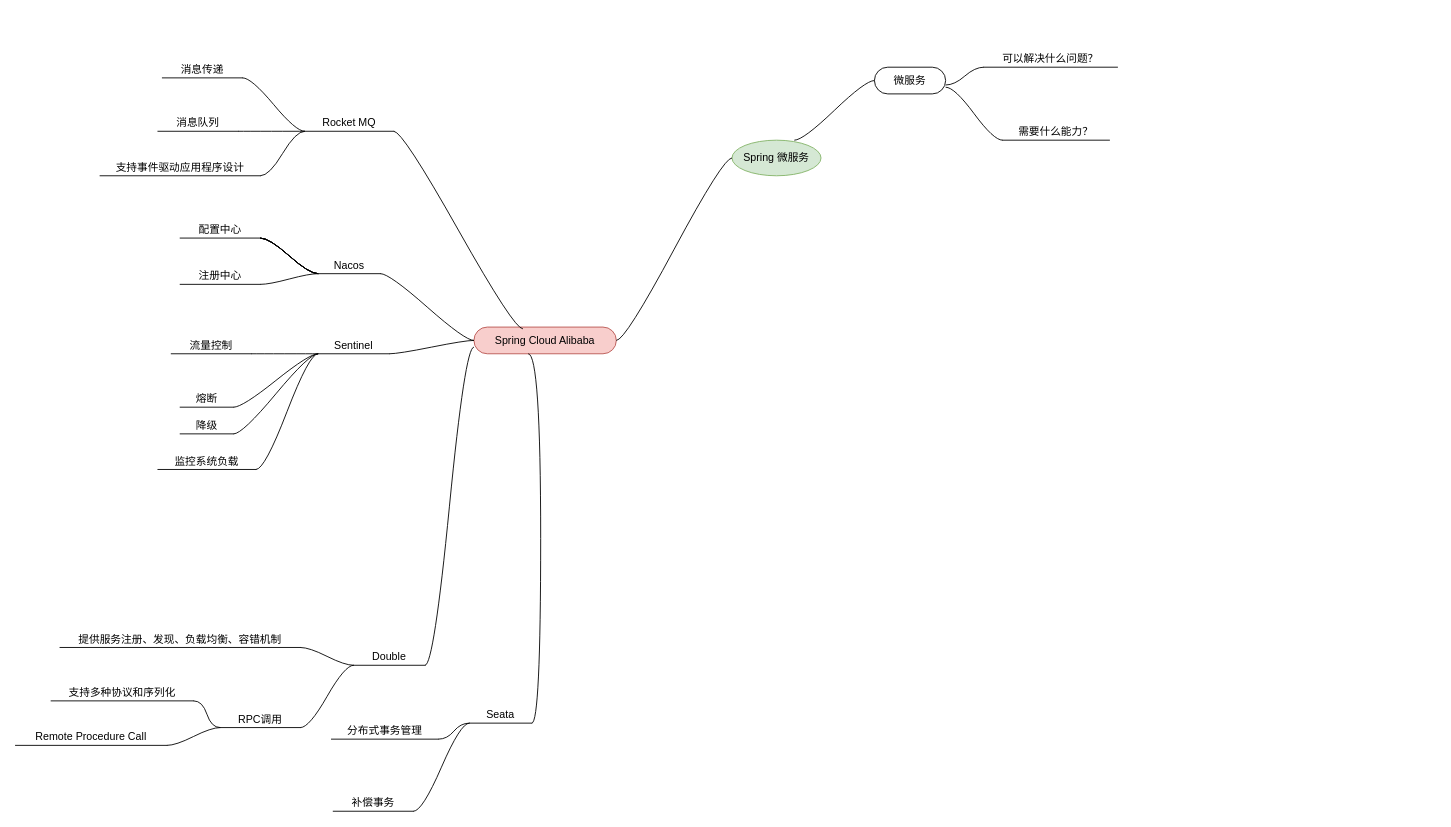
XiongZen/QJReconstitution keeps this draw.io diagram as Spring-生态微服务体系.drawio. Above is the earlier version. Source tidied: cells renumbered, new cells numbered last; positions are measured from the earlier drawing's top-left corner, leaving out a move shared by most shapes. Both pictures are drawn from the tidied source at 89%, with x=0, y=0 at pixel (15, 40).
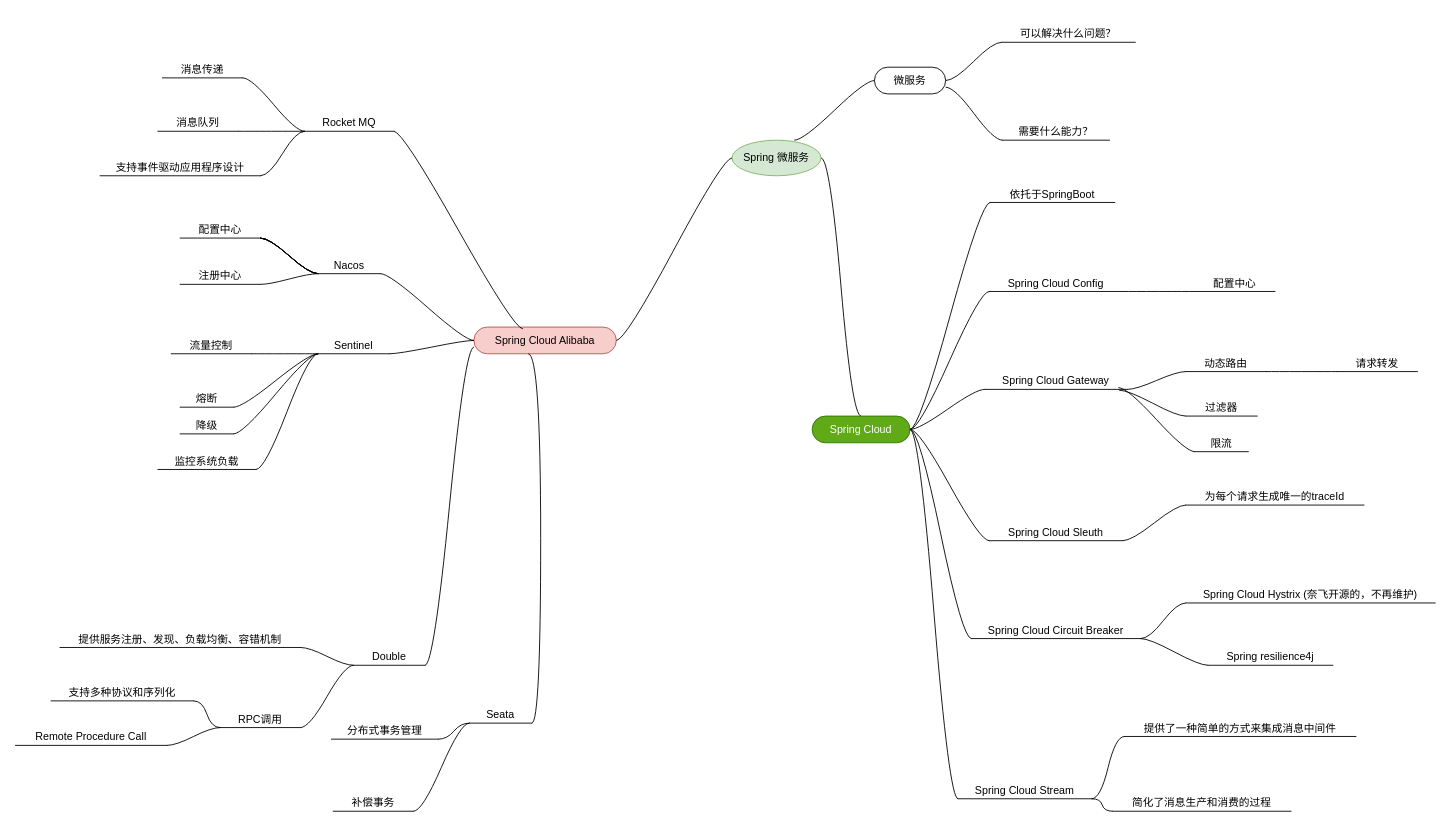
After the change.

Commit message (it also covers changes not shown here):
Update Spring-生态微服务体系.drawio

The change refers to these unchanged cells:
```xml
<mxCell id="2" value="Spring 微服务" style="ellipse;whiteSpace=wrap;html=1;align=center;newEdgeStyle={&quot;edgeStyle&quot;:&quot;entityRelationEdgeStyle&quot;,&quot;startArrow&quot;:&quot;none&quot;,&quot;endArrow&quot;:&quot;none&quot;,&quot;segment&quot;:10,&quot;curved&quot;:1,&quot;sourcePerimeterSpacing&quot;:0,&quot;targetPerimeterSpacing&quot;:0};fillColor=#d5e8d4;strokeColor=#82b366;" parent="1" vertex="1">
  <mxGeometry x="805" y="112" width="100" height="40" as="geometry" />
</mxCell>
<mxCell id="3" value="微服务" style="whiteSpace=wrap;html=1;rounded=1;arcSize=50;align=center;verticalAlign=middle;strokeWidth=1;spacing=4;newEdgeStyle={&quot;edgeStyle&quot;:&quot;entityRelationEdgeStyle&quot;,&quot;startArrow&quot;:&quot;none&quot;,&quot;endArrow&quot;:&quot;none&quot;,&quot;segment&quot;:10,&quot;curved&quot;:1,&quot;sourcePerimeterSpacing&quot;:0,&quot;targetPerimeterSpacing&quot;:0};" parent="1" vertex="1">
  <mxGeometry x="965" y="30" width="80" height="30" as="geometry" />
</mxCell>
```

Diff of the diagram source:
```diff
@@
+    <mxCell id="55" style="edgeStyle=entityRelationEdgeStyle;rounded=0;jettySize=auto;html=1;startArrow=none;endArrow=none;segment=10;curved=1;sourcePerimeterSpacing=0;targetPerimeterSpacing=0;entryX=0.5;entryY=0;entryDx=0;entryDy=0;" parent="1" edge="1" source="2" target="56">
+      <mxGeometry relative="1" as="geometry" />
+    </mxCell>
@@
     <mxCell id="5" value="可以解决什么问题？" style="whiteSpace=wrap;html=1;shape=partialRectangle;top=0;left=0;bottom=1;right=0;points=[[0,1],[1,1]];fillColor=none;align=center;verticalAlign=bottom;routingCenterY=0.5;snapToPoint=1;newEdgeStyle={&quot;edgeStyle&quot;:&quot;entityRelationEdgeStyle&quot;,&quot;startArrow&quot;:&quot;none&quot;,&quot;endArrow&quot;:&quot;none&quot;,&quot;segment&quot;:10,&quot;curved&quot;:1,&quot;sourcePerimeterSpacing&quot;:0,&quot;targetPerimeterSpacing&quot;:0};" parent="1" vertex="1">
-      <mxGeometry x="1088" width="150" height="30" as="geometry" />
+      <mxGeometry x="1108" y="-28" width="150" height="30" as="geometry" />
     </mxCell>
-    <mxCell id="6" style="edgeStyle=entityRelationEdgeStyle;startArrow=none;endArrow=none;segment=10;curved=1;sourcePerimeterSpacing=0;targetPerimeterSpacing=0;rounded=0;" parent="1" edge="1" target="5">
-      <mxGeometry relative="1" as="geometry">
-        <mxPoint x="1045" y="50" as="sourcePoint" />
-      </mxGeometry>
+    <mxCell id="6" style="edgeStyle=entityRelationEdgeStyle;startArrow=none;endArrow=none;segment=10;curved=1;sourcePerimeterSpacing=0;targetPerimeterSpacing=0;rounded=0;" parent="1" edge="1" source="3" target="5">
+      <mxGeometry relative="1" as="geometry" />
     </mxCell>
@@
+    <mxCell id="56" value="Spring Cloud" style="whiteSpace=wrap;html=1;rounded=1;arcSize=50;align=center;verticalAlign=middle;strokeWidth=1;spacing=4;newEdgeStyle={&quot;edgeStyle&quot;:&quot;entityRelationEdgeStyle&quot;,&quot;startArrow&quot;:&quot;none&quot;,&quot;endArrow&quot;:&quot;none&quot;,&quot;segment&quot;:10,&quot;curved&quot;:1,&quot;sourcePerimeterSpacing&quot;:0,&quot;targetPerimeterSpacing&quot;:0};fillColor=#60a917;fontColor=#ffffff;strokeColor=#2D7600;" parent="1" vertex="1">
+      <mxGeometry x="895" y="422" width="110" height="30" as="geometry" />
+    </mxCell>
+    <mxCell id="57" style="edgeStyle=entityRelationEdgeStyle;rounded=0;jettySize=auto;html=1;startArrow=none;endArrow=none;segment=10;curved=1;sourcePerimeterSpacing=0;targetPerimeterSpacing=0;exitX=1;exitY=0.5;exitDx=0;exitDy=0;" parent="1" edge="1" source="56" target="62">
+      <mxGeometry relative="1" as="geometry" />
+    </mxCell>
+    <mxCell id="58" value="依托于SpringBoot" style="whiteSpace=wrap;html=1;shape=partialRectangle;top=0;left=0;bottom=1;right=0;points=[[0,1],[1,1]];fillColor=none;align=center;verticalAlign=bottom;routingCenterY=0.5;snapToPoint=1;newEdgeStyle={&quot;edgeStyle&quot;:&quot;entityRelationEdgeStyle&quot;,&quot;startArrow&quot;:&quot;none&quot;,&quot;endArrow&quot;:&quot;none&quot;,&quot;segment&quot;:10,&quot;curved&quot;:1,&quot;sourcePerimeterSpacing&quot;:0,&quot;targetPerimeterSpacing&quot;:0};" parent="1" vertex="1">
+      <mxGeometry x="1095" y="152" width="140" height="30" as="geometry" />
+    </mxCell>
+    <mxCell id="59" style="edgeStyle=entityRelationEdgeStyle;startArrow=none;endArrow=none;segment=10;curved=1;sourcePerimeterSpacing=0;targetPerimeterSpacing=0;rounded=0;exitX=1;exitY=0.5;exitDx=0;exitDy=0;" parent="1" edge="1" source="56" target="58">
+      <mxGeometry relative="1" as="geometry" />
+    </mxCell>
+    <mxCell id="60" style="edgeStyle=entityRelationEdgeStyle;rounded=0;jettySize=auto;html=1;startArrow=none;endArrow=none;segment=10;curved=1;sourcePerimeterSpacing=0;targetPerimeterSpacing=0;" parent="1" edge="1" source="62" target="63">
+      <mxGeometry relative="1" as="geometry" />
+    </mxCell>
+    <mxCell id="61" style="edgeStyle=entityRelationEdgeStyle;rounded=0;jettySize=auto;html=1;startArrow=none;endArrow=none;segment=10;curved=1;sourcePerimeterSpacing=0;targetPerimeterSpacing=0;" parent="1" edge="1" source="56" target="66">
+      <mxGeometry relative="1" as="geometry" />
+    </mxCell>
+    <mxCell id="62" value="Spring Cloud Config" style="whiteSpace=wrap;html=1;shape=partialRectangle;top=0;left=0;bottom=1;right=0;points=[[0,1],[1,1]];fillColor=none;align=center;verticalAlign=bottom;routingCenterY=0.5;snapToPoint=1;newEdgeStyle={&quot;edgeStyle&quot;:&quot;entityRelationEdgeStyle&quot;,&quot;startArrow&quot;:&quot;none&quot;,&quot;endArrow&quot;:&quot;none&quot;,&quot;segment&quot;:10,&quot;curved&quot;:1,&quot;sourcePerimeterSpacing&quot;:0,&quot;targetPerimeterSpacing&quot;:0};" parent="1" vertex="1">
+      <mxGeometry x="1094" y="252" width="150" height="30" as="geometry" />
+    </mxCell>
+    <mxCell id="63" value="配置中心" style="whiteSpace=wrap;html=1;shape=partialRectangle;top=0;left=0;bottom=1;right=0;points=[[0,1],[1,1]];fillColor=none;align=center;verticalAlign=bottom;routingCenterY=0.5;snapToPoint=1;newEdgeStyle={&quot;edgeStyle&quot;:&quot;entityRelationEdgeStyle&quot;,&quot;startArrow&quot;:&quot;none&quot;,&quot;endArrow&quot;:&quot;none&quot;,&quot;segment&quot;:10,&quot;curved&quot;:1,&quot;sourcePerimeterSpacing&quot;:0,&quot;targetPerimeterSpacing&quot;:0};" parent="1" vertex="1">
+      <mxGeometry x="1325" y="252" width="90" height="30" as="geometry" />
+    </mxCell>
+    <mxCell id="64" style="edgeStyle=entityRelationEdgeStyle;rounded=0;jettySize=auto;html=1;startArrow=none;endArrow=none;segment=10;curved=1;sourcePerimeterSpacing=0;targetPerimeterSpacing=0;exitX=1;exitY=0.5;exitDx=0;exitDy=0;" parent="1" edge="1" source="56" target="69">
+      <mxGeometry relative="1" as="geometry" />
+    </mxCell>
+    <mxCell id="65" style="edgeStyle=entityRelationEdgeStyle;rounded=0;jettySize=auto;html=1;startArrow=none;endArrow=none;segment=10;curved=1;sourcePerimeterSpacing=0;targetPerimeterSpacing=0;" parent="1" edge="1" source="66" target="72">
+      <mxGeometry relative="1" as="geometry" />
+    </mxCell>
+    <mxCell id="66" value="Spring Cloud Gateway" style="whiteSpace=wrap;html=1;shape=partialRectangle;top=0;left=0;bottom=1;right=0;points=[[0,1],[1,1]];fillColor=none;align=center;verticalAlign=bottom;routingCenterY=0.5;snapToPoint=1;newEdgeStyle={&quot;edgeStyle&quot;:&quot;entityRelationEdgeStyle&quot;,&quot;startArrow&quot;:&quot;none&quot;,&quot;endArrow&quot;:&quot;none&quot;,&quot;segment&quot;:10,&quot;curved&quot;:1,&quot;sourcePerimeterSpacing&quot;:0,&quot;targetPerimeterSpacing&quot;:0};" parent="1" vertex="1">
+      <mxGeometry x="1089" y="362" width="160" height="30" as="geometry" />
+    </mxCell>
+    <mxCell id="67" style="edgeStyle=entityRelationEdgeStyle;rounded=0;jettySize=auto;html=1;startArrow=none;endArrow=none;segment=10;curved=1;sourcePerimeterSpacing=0;targetPerimeterSpacing=0;" parent="1" edge="1" source="69" target="77">
+      <mxGeometry relative="1" as="geometry" />
+    </mxCell>
+    <mxCell id="68" style="edgeStyle=entityRelationEdgeStyle;rounded=0;jettySize=auto;html=1;startArrow=none;endArrow=none;segment=10;curved=1;sourcePerimeterSpacing=0;targetPerimeterSpacing=0;" parent="1" edge="1" source="56" target="81">
+      <mxGeometry relative="1" as="geometry">
+        <Array as="points">
+          <mxPoint x="1015" y="252" />
+          <mxPoint x="995" y="232" />
+        </Array>
+      </mxGeometry>
+    </mxCell>
+    <mxCell id="69" value="Spring Cloud Sleuth" style="whiteSpace=wrap;html=1;shape=partialRectangle;top=0;left=0;bottom=1;right=0;points=[[0,1],[1,1]];fillColor=none;align=center;verticalAlign=bottom;routingCenterY=0.5;snapToPoint=1;newEdgeStyle={&quot;edgeStyle&quot;:&quot;entityRelationEdgeStyle&quot;,&quot;startArrow&quot;:&quot;none&quot;,&quot;endArrow&quot;:&quot;none&quot;,&quot;segment&quot;:10,&quot;curved&quot;:1,&quot;sourcePerimeterSpacing&quot;:0,&quot;targetPerimeterSpacing&quot;:0};" parent="1" vertex="1">
+      <mxGeometry x="1094" y="532" width="150" height="30" as="geometry" />
+    </mxCell>
+    <mxCell id="70" style="edgeStyle=entityRelationEdgeStyle;rounded=0;jettySize=auto;html=1;startArrow=none;endArrow=none;segment=10;curved=1;sourcePerimeterSpacing=0;targetPerimeterSpacing=0;exitX=0.944;exitY=1.033;exitDx=0;exitDy=0;exitPerimeter=0;" parent="1" edge="1" source="66" target="74">
+      <mxGeometry relative="1" as="geometry" />
+    </mxCell>
+    <mxCell id="71" style="edgeStyle=entityRelationEdgeStyle;rounded=0;jettySize=auto;html=1;startArrow=none;endArrow=none;segment=10;curved=1;sourcePerimeterSpacing=0;targetPerimeterSpacing=0;" parent="1" edge="1" source="72" target="76">
+      <mxGeometry relative="1" as="geometry" />
+    </mxCell>
+    <mxCell id="72" value="动态路由" style="whiteSpace=wrap;html=1;shape=partialRectangle;top=0;left=0;bottom=1;right=0;points=[[0,1],[1,1]];fillColor=none;align=center;verticalAlign=bottom;routingCenterY=0.5;snapToPoint=1;newEdgeStyle={&quot;edgeStyle&quot;:&quot;entityRelationEdgeStyle&quot;,&quot;startArrow&quot;:&quot;none&quot;,&quot;endArrow&quot;:&quot;none&quot;,&quot;segment&quot;:10,&quot;curved&quot;:1,&quot;sourcePerimeterSpacing&quot;:0,&quot;targetPerimeterSpacing&quot;:0};" parent="1" vertex="1">
+      <mxGeometry x="1315" y="342" width="90" height="30" as="geometry" />
+    </mxCell>
+    <mxCell id="73" style="edgeStyle=entityRelationEdgeStyle;rounded=0;jettySize=auto;html=1;startArrow=none;endArrow=none;segment=10;curved=1;sourcePerimeterSpacing=0;targetPerimeterSpacing=0;exitX=0.938;exitY=0.933;exitDx=0;exitDy=0;exitPerimeter=0;" parent="1" edge="1" source="66" target="75">
+      <mxGeometry relative="1" as="geometry" />
+    </mxCell>
+    <mxCell id="74" value="过滤器" style="whiteSpace=wrap;html=1;shape=partialRectangle;top=0;left=0;bottom=1;right=0;points=[[0,1],[1,1]];fillColor=none;align=center;verticalAlign=bottom;routingCenterY=0.5;snapToPoint=1;newEdgeStyle={&quot;edgeStyle&quot;:&quot;entityRelationEdgeStyle&quot;,&quot;startArrow&quot;:&quot;none&quot;,&quot;endArrow&quot;:&quot;none&quot;,&quot;segment&quot;:10,&quot;curved&quot;:1,&quot;sourcePerimeterSpacing&quot;:0,&quot;targetPerimeterSpacing&quot;:0};" parent="1" vertex="1">
+      <mxGeometry x="1315" y="392" width="80" height="30" as="geometry" />
+    </mxCell>
+    <mxCell id="75" value="限流" style="whiteSpace=wrap;html=1;shape=partialRectangle;top=0;left=0;bottom=1;right=0;points=[[0,1],[1,1]];fillColor=none;align=center;verticalAlign=bottom;routingCenterY=0.5;snapToPoint=1;newEdgeStyle={&quot;edgeStyle&quot;:&quot;entityRelationEdgeStyle&quot;,&quot;startArrow&quot;:&quot;none&quot;,&quot;endArrow&quot;:&quot;none&quot;,&quot;segment&quot;:10,&quot;curved&quot;:1,&quot;sourcePerimeterSpacing&quot;:0,&quot;targetPerimeterSpacing&quot;:0};" parent="1" vertex="1">
+      <mxGeometry x="1325" y="432" width="60" height="30" as="geometry" />
+    </mxCell>
+    <mxCell id="76" value="请求转发" style="whiteSpace=wrap;html=1;shape=partialRectangle;top=0;left=0;bottom=1;right=0;points=[[0,1],[1,1]];fillColor=none;align=center;verticalAlign=bottom;routingCenterY=0.5;snapToPoint=1;newEdgeStyle={&quot;edgeStyle&quot;:&quot;entityRelationEdgeStyle&quot;,&quot;startArrow&quot;:&quot;none&quot;,&quot;endArrow&quot;:&quot;none&quot;,&quot;segment&quot;:10,&quot;curved&quot;:1,&quot;sourcePerimeterSpacing&quot;:0,&quot;targetPerimeterSpacing&quot;:0};" parent="1" vertex="1">
+      <mxGeometry x="1485" y="342" width="90" height="30" as="geometry" />
+    </mxCell>
+    <mxCell id="77" value="为每个请求生成唯一的traceId" style="whiteSpace=wrap;html=1;shape=partialRectangle;top=0;left=0;bottom=1;right=0;points=[[0,1],[1,1]];fillColor=none;align=center;verticalAlign=bottom;routingCenterY=0.5;snapToPoint=1;newEdgeStyle={&quot;edgeStyle&quot;:&quot;entityRelationEdgeStyle&quot;,&quot;startArrow&quot;:&quot;none&quot;,&quot;endArrow&quot;:&quot;none&quot;,&quot;segment&quot;:10,&quot;curved&quot;:1,&quot;sourcePerimeterSpacing&quot;:0,&quot;targetPerimeterSpacing&quot;:0};" parent="1" vertex="1">
+      <mxGeometry x="1315" y="492" width="200" height="30" as="geometry" />
+    </mxCell>
+    <mxCell id="78" style="edgeStyle=entityRelationEdgeStyle;rounded=0;jettySize=auto;html=1;startArrow=none;endArrow=none;segment=10;curved=1;sourcePerimeterSpacing=0;targetPerimeterSpacing=0;" parent="1" edge="1" source="81" target="82">
+      <mxGeometry relative="1" as="geometry" />
+    </mxCell>
+    <mxCell id="79" style="edgeStyle=entityRelationEdgeStyle;rounded=0;jettySize=auto;html=1;startArrow=none;endArrow=none;segment=10;curved=1;sourcePerimeterSpacing=0;targetPerimeterSpacing=0;" parent="1" edge="1" source="81" target="83">
+      <mxGeometry relative="1" as="geometry" />
+    </mxCell>
+    <mxCell id="80" style="edgeStyle=entityRelationEdgeStyle;rounded=0;jettySize=auto;html=1;startArrow=none;endArrow=none;segment=10;curved=1;sourcePerimeterSpacing=0;targetPerimeterSpacing=0;" parent="1" edge="1" source="56" target="86">
+      <mxGeometry relative="1" as="geometry" />
+    </mxCell>
+    <mxCell id="81" value="Spring Cloud Circuit Breaker" style="whiteSpace=wrap;html=1;shape=partialRectangle;top=0;left=0;bottom=1;right=0;points=[[0,1],[1,1]];fillColor=none;align=center;verticalAlign=bottom;routingCenterY=0.5;snapToPoint=1;newEdgeStyle={&quot;edgeStyle&quot;:&quot;entityRelationEdgeStyle&quot;,&quot;startArrow&quot;:&quot;none&quot;,&quot;endArrow&quot;:&quot;none&quot;,&quot;segment&quot;:10,&quot;curved&quot;:1,&quot;sourcePerimeterSpacing&quot;:0,&quot;targetPerimeterSpacing&quot;:0};" parent="1" vertex="1">
+      <mxGeometry x="1074" y="642" width="190" height="30" as="geometry" />
+    </mxCell>
+    <mxCell id="82" value="Spring Cloud Hystrix (奈飞开源的，不再维护)" style="whiteSpace=wrap;html=1;shape=partialRectangle;top=0;left=0;bottom=1;right=0;points=[[0,1],[1,1]];fillColor=none;align=center;verticalAlign=bottom;routingCenterY=0.5;snapToPoint=1;newEdgeStyle={&quot;edgeStyle&quot;:&quot;entityRelationEdgeStyle&quot;,&quot;startArrow&quot;:&quot;none&quot;,&quot;endArrow&quot;:&quot;none&quot;,&quot;segment&quot;:10,&quot;curved&quot;:1,&quot;sourcePerimeterSpacing&quot;:0,&quot;targetPerimeterSpacing&quot;:0};" parent="1" vertex="1">
+      <mxGeometry x="1315" y="602" width="280" height="30" as="geometry" />
+    </mxCell>
+    <mxCell id="83" value="Spring resilience4j" style="whiteSpace=wrap;html=1;shape=partialRectangle;top=0;left=0;bottom=1;right=0;points=[[0,1],[1,1]];fillColor=none;align=center;verticalAlign=bottom;routingCenterY=0.5;snapToPoint=1;newEdgeStyle={&quot;edgeStyle&quot;:&quot;entityRelationEdgeStyle&quot;,&quot;startArrow&quot;:&quot;none&quot;,&quot;endArrow&quot;:&quot;none&quot;,&quot;segment&quot;:10,&quot;curved&quot;:1,&quot;sourcePerimeterSpacing&quot;:0,&quot;targetPerimeterSpacing&quot;:0};" parent="1" vertex="1">
+      <mxGeometry x="1340" y="672" width="140" height="30" as="geometry" />
+    </mxCell>
+    <mxCell id="84" style="edgeStyle=entityRelationEdgeStyle;rounded=0;jettySize=auto;html=1;startArrow=none;endArrow=none;segment=10;curved=1;sourcePerimeterSpacing=0;targetPerimeterSpacing=0;" parent="1" edge="1" source="86" target="87">
+      <mxGeometry relative="1" as="geometry" />
+    </mxCell>
+    <mxCell id="85" style="edgeStyle=entityRelationEdgeStyle;rounded=0;jettySize=auto;html=1;startArrow=none;endArrow=none;segment=10;curved=1;sourcePerimeterSpacing=0;targetPerimeterSpacing=0;" parent="1" edge="1" source="86" target="88">
+      <mxGeometry relative="1" as="geometry" />
+    </mxCell>
+    <mxCell id="86" value="Spring Cloud Stream" style="whiteSpace=wrap;html=1;shape=partialRectangle;top=0;left=0;bottom=1;right=0;points=[[0,1],[1,1]];fillColor=none;align=center;verticalAlign=bottom;routingCenterY=0.5;snapToPoint=1;newEdgeStyle={&quot;edgeStyle&quot;:&quot;entityRelationEdgeStyle&quot;,&quot;startArrow&quot;:&quot;none&quot;,&quot;endArrow&quot;:&quot;none&quot;,&quot;segment&quot;:10,&quot;curved&quot;:1,&quot;sourcePerimeterSpacing&quot;:0,&quot;targetPerimeterSpacing&quot;:0};" parent="1" vertex="1">
+      <mxGeometry x="1059" y="822" width="150" height="30" as="geometry" />
+    </mxCell>
+    <mxCell id="87" value="提供了一种简单的方式来集成消息中间件" style="whiteSpace=wrap;html=1;shape=partialRectangle;top=0;left=0;bottom=1;right=0;points=[[0,1],[1,1]];fillColor=none;align=center;verticalAlign=bottom;routingCenterY=0.5;snapToPoint=1;newEdgeStyle={&quot;edgeStyle&quot;:&quot;entityRelationEdgeStyle&quot;,&quot;startArrow&quot;:&quot;none&quot;,&quot;endArrow&quot;:&quot;none&quot;,&quot;segment&quot;:10,&quot;curved&quot;:1,&quot;sourcePerimeterSpacing&quot;:0,&quot;targetPerimeterSpacing&quot;:0};" parent="1" vertex="1">
+      <mxGeometry x="1246" y="752" width="260" height="30" as="geometry" />
+    </mxCell>
+    <mxCell id="88" value="简化了消息生产和消费的过程" style="whiteSpace=wrap;html=1;shape=partialRectangle;top=0;left=0;bottom=1;right=0;points=[[0,1],[1,1]];fillColor=none;align=center;verticalAlign=bottom;routingCenterY=0.5;snapToPoint=1;newEdgeStyle={&quot;edgeStyle&quot;:&quot;entityRelationEdgeStyle&quot;,&quot;startArrow&quot;:&quot;none&quot;,&quot;endArrow&quot;:&quot;none&quot;,&quot;segment&quot;:10,&quot;curved&quot;:1,&quot;sourcePerimeterSpacing&quot;:0,&quot;targetPerimeterSpacing&quot;:0};" parent="1" vertex="1">
+      <mxGeometry x="1233" y="836" width="200" height="30" as="geometry" />
+    </mxCell>
```
